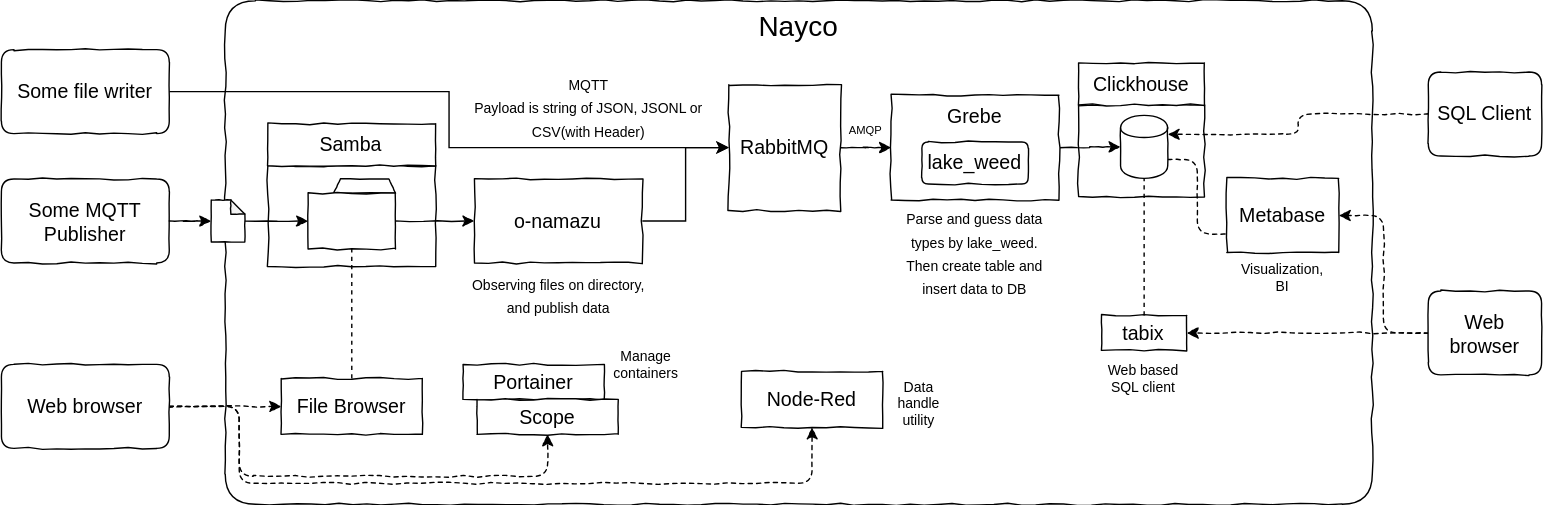
Above: doc/img/overview.drawio.svg in tac0x2a/nayco (draw.io), before the change. Source tidied: cells renumbered, new cells last; positions are measured from the earlier drawing's top-left corner, leaving out a move shared by most shapes.
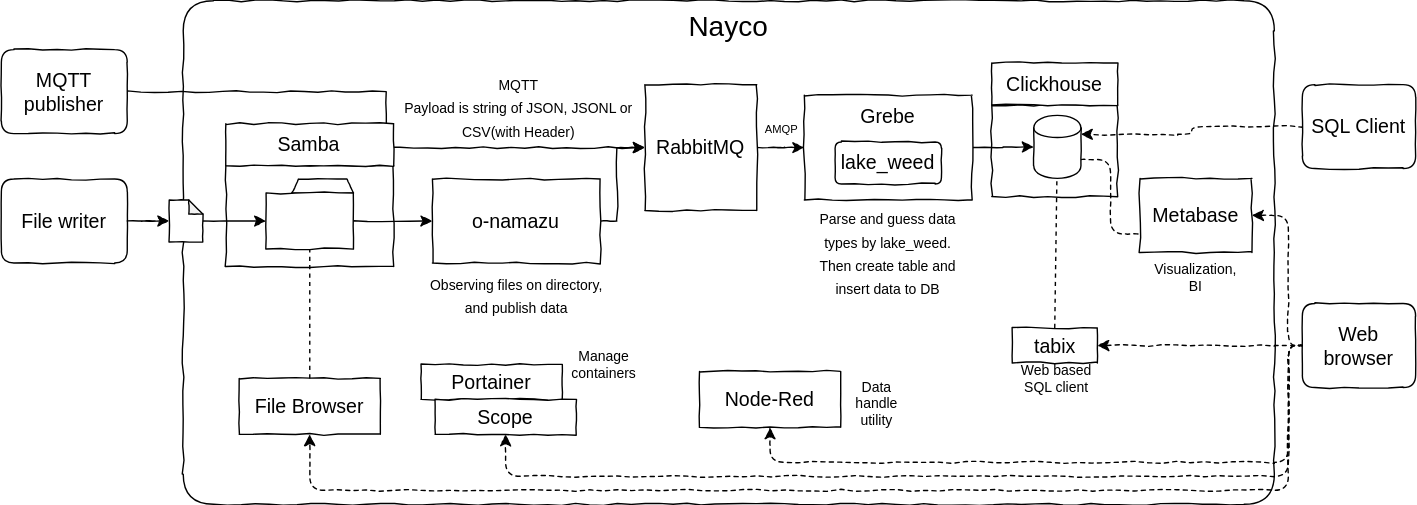
After the change.

The edit, as a diff of the source:
```diff
@@ -3,67 +3,72 @@
     <mxCell id="0" />
     <mxCell id="1" parent="0" />
     <mxCell id="2" value="&lt;font style=&quot;font-size: 20px&quot;&gt;Nayco&lt;/font&gt;" style="rounded=1;whiteSpace=wrap;html=1;shadow=0;glass=0;comic=1;fontSize=14;align=center;verticalAlign=top;arcSize=6;" parent="1" vertex="1">
-      <mxGeometry x="160" width="820" height="360" as="geometry" />
+      <mxGeometry x="120" y="-20" width="780" height="360" as="geometry" />
     </mxCell>
     <mxCell id="3" style="rounded=0;whiteSpace=wrap;html=1;shadow=0;glass=0;comic=1;fontSize=14;" parent="1" vertex="1">
-      <mxGeometry x="770" y="74.5" width="90" height="65.5" as="geometry" />
+      <mxGeometry x="698" y="54.5" width="90" height="65.5" as="geometry" />
     </mxCell>
     <mxCell id="4" value="Clickhouse" style="rounded=0;whiteSpace=wrap;html=1;shadow=0;glass=0;comic=1;fontSize=14;" parent="1" vertex="1">
-      <mxGeometry x="770" y="44.5" width="90" height="30" as="geometry" />
+      <mxGeometry x="698" y="24.5" width="90" height="30" as="geometry" />
     </mxCell>
     <mxCell id="5" style="rounded=0;whiteSpace=wrap;html=1;shadow=0;glass=0;comic=1;fontSize=14;" parent="1" vertex="1">
-      <mxGeometry x="190.5" y="118" width="120" height="72" as="geometry" />
+      <mxGeometry x="150.5" y="98" width="120" height="72" as="geometry" />
     </mxCell>
-    <mxCell id="6" style="edgeStyle=orthogonalEdgeStyle;rounded=0;jettySize=auto;html=1;fontSize=14;" parent="1" edge="1" source="7" target="9">
-      <mxGeometry relative="1" as="geometry" />
+    <mxCell id="6" style="edgeStyle=orthogonalEdgeStyle;rounded=0;jettySize=auto;html=1;fontSize=14;comic=1;entryX=0;entryY=0.5;entryDx=0;entryDy=0;" parent="1" edge="1" source="7" target="9">
+      <mxGeometry relative="1" as="geometry">
+        <Array as="points">
+          <mxPoint x="430" y="138" />
+          <mxPoint x="430" y="85" />
+        </Array>
+      </mxGeometry>
     </mxCell>
     <mxCell id="7" value="o-namazu" style="rounded=0;whiteSpace=wrap;html=1;comic=1;fontSize=14;" parent="1" vertex="1">
-      <mxGeometry x="338.1" y="127.5" width="120" height="60" as="geometry" />
+      <mxGeometry x="298.1" y="107.5" width="120" height="60" as="geometry" />
     </mxCell>
     <mxCell id="8" style="edgeStyle=orthogonalEdgeStyle;rounded=0;jettySize=auto;html=1;entryX=0;entryY=0.5;entryDx=0;entryDy=0;comic=1;fontSize=14;" parent="1" edge="1" source="9" target="19">
       <mxGeometry relative="1" as="geometry" />
     </mxCell>
     <mxCell id="9" value="RabbitMQ" style="rounded=0;whiteSpace=wrap;html=1;glass=0;shadow=0;comic=1;fontSize=14;" parent="1" vertex="1">
-      <mxGeometry x="520" y="60" width="80" height="90" as="geometry" />
+      <mxGeometry x="450" y="40" width="80" height="90" as="geometry" />
     </mxCell>
     <mxCell id="10" value="&lt;font style=&quot;font-size: 10px&quot;&gt;Observing files on directory, and publish data&lt;/font&gt;" style="text;html=1;strokeColor=none;fillColor=none;align=center;verticalAlign=middle;whiteSpace=wrap;rounded=0;comic=1;fontSize=14;" parent="1" vertex="1">
-      <mxGeometry x="334.7" y="190" width="126.9" height="40" as="geometry" />
+      <mxGeometry x="294.7" y="170" width="126.9" height="40" as="geometry" />
     </mxCell>
     <mxCell id="11" value="&lt;font style=&quot;font-size: 10px&quot;&gt;MQTT&lt;br&gt;Payload is string of JSON, JSONL or CSV(with Header)&lt;/font&gt;" style="text;html=1;strokeColor=none;fillColor=none;align=center;verticalAlign=middle;whiteSpace=wrap;rounded=0;fontSize=14;" parent="1" vertex="1">
-      <mxGeometry x="330" y="51" width="180" height="50" as="geometry" />
+      <mxGeometry x="270.5" y="31" width="180" height="50" as="geometry" />
     </mxCell>
     <mxCell id="12" value="AMQP" style="text;html=1;strokeColor=none;fillColor=none;align=center;verticalAlign=middle;whiteSpace=wrap;rounded=0;fontSize=8;" parent="1" vertex="1">
-      <mxGeometry x="600" y="82.5" width="36" height="20" as="geometry" />
+      <mxGeometry x="530" y="62" width="36" height="20" as="geometry" />
     </mxCell>
-    <mxCell id="13" style="edgeStyle=orthogonalEdgeStyle;rounded=0;jettySize=auto;html=1;entryX=0;entryY=0.5;entryDx=0;entryDy=0;exitX=1;exitY=0.5;exitDx=0;exitDy=0;fontSize=14;" parent="1" edge="1" source="16" target="9">
+    <mxCell id="13" style="edgeStyle=orthogonalEdgeStyle;rounded=0;jettySize=auto;html=1;entryX=0;entryY=0.5;entryDx=0;entryDy=0;exitX=1;exitY=0.5;exitDx=0;exitDy=0;fontSize=14;shadow=0;comic=1;" parent="1" edge="1" source="16" target="9">
       <mxGeometry relative="1" as="geometry" />
     </mxCell>
     <mxCell id="14" style="edgeStyle=orthogonalEdgeStyle;rounded=0;jettySize=auto;html=1;exitX=1;exitY=0.5;exitDx=0;exitDy=0;comic=1;fontSize=14;entryX=0;entryY=0.5;entryDx=0;entryDy=0;" parent="1" edge="1" source="29" target="40">
       <mxGeometry relative="1" as="geometry" />
     </mxCell>
     <mxCell id="15" value="&lt;font style=&quot;font-size: 10px&quot;&gt;Parse and guess data types by lake_weed.&lt;br&gt;Then create table and insert data to DB&lt;/font&gt;" style="text;html=1;strokeColor=none;fillColor=none;align=center;verticalAlign=middle;whiteSpace=wrap;rounded=0;fontSize=14;" parent="1" vertex="1">
-      <mxGeometry x="641" y="150" width="110" height="60" as="geometry" />
+      <mxGeometry x="569" y="130" width="110" height="60" as="geometry" />
     </mxCell>
-    <mxCell id="16" value="Some file writer" style="rounded=1;whiteSpace=wrap;html=1;shadow=0;glass=0;comic=1;fontSize=14;" parent="1" vertex="1">
-      <mxGeometry y="35" width="120" height="60" as="geometry" />
+    <mxCell id="16" value="MQTT&lt;br&gt;publisher" style="rounded=1;whiteSpace=wrap;html=1;shadow=0;glass=0;comic=1;fontSize=14;" parent="1" vertex="1">
+      <mxGeometry x="-10" y="15" width="90" height="60" as="geometry" />
     </mxCell>
-    <mxCell id="17" value="Some MQTT&lt;br style=&quot;font-size: 14px;&quot;&gt;Publisher" style="rounded=1;whiteSpace=wrap;html=1;shadow=0;glass=0;comic=1;fontSize=14;" parent="1" vertex="1">
-      <mxGeometry y="127.5" width="120" height="60" as="geometry" />
+    <mxCell id="17" value="File writer" style="rounded=1;whiteSpace=wrap;html=1;shadow=0;glass=0;comic=1;fontSize=14;" parent="1" vertex="1">
+      <mxGeometry x="-10" y="107.5" width="90" height="60" as="geometry" />
     </mxCell>
     <mxCell id="18" style="edgeStyle=orthogonalEdgeStyle;rounded=0;comic=1;jettySize=auto;html=1;entryX=0;entryY=0.5;entryDx=0;entryDy=0;fontSize=14;" parent="1" edge="1" source="19" target="32">
       <mxGeometry relative="1" as="geometry" />
     </mxCell>
     <mxCell id="19" value="Grebe" style="rounded=0;whiteSpace=wrap;html=1;glass=1;comic=1;verticalAlign=top;fontSize=14;" parent="1" vertex="1">
-      <mxGeometry x="636" y="67.5" width="120" height="75" as="geometry" />
+      <mxGeometry x="564" y="47.5" width="120" height="75" as="geometry" />
     </mxCell>
     <mxCell id="20" value="lake_weed" style="rounded=1;whiteSpace=wrap;html=1;comic=1;fontSize=14;" parent="1" vertex="1">
-      <mxGeometry x="658" y="101" width="76" height="30" as="geometry" />
+      <mxGeometry x="586" y="81" width="76" height="30" as="geometry" />
     </mxCell>
     <mxCell id="21" value="File Browser" style="rounded=0;whiteSpace=wrap;html=1;shadow=0;glass=0;comic=1;fontSize=14;" parent="1" vertex="1">
-      <mxGeometry x="200" y="270" width="100.9" height="40" as="geometry" />
+      <mxGeometry x="160" y="250" width="100.9" height="40" as="geometry" />
     </mxCell>
     <mxCell id="22" value="Samba" style="rounded=0;whiteSpace=wrap;html=1;shadow=0;glass=0;comic=1;fontSize=14;" parent="1" vertex="1">
-      <mxGeometry x="190.5" y="88" width="120" height="30" as="geometry" />
+      <mxGeometry x="150.5" y="68" width="120" height="30" as="geometry" />
     </mxCell>
     <mxCell id="23" style="edgeStyle=orthogonalEdgeStyle;rounded=0;comic=1;jettySize=auto;html=1;exitX=1;exitY=0.5;exitDx=0;exitDy=0;" parent="1" edge="1" source="40" target="7">
       <mxGeometry relative="1" as="geometry" />
@@ -71,32 +76,26 @@
     <mxCell id="24" style="endArrow=none;dashed=1;html=1;fontSize=14;exitX=0.5;exitY=0;exitDx=0;exitDy=0;entryX=0.5;entryY=1;entryDx=0;entryDy=0;" parent="1" edge="1" source="21" target="40">
       <mxGeometry relative="1" as="geometry" />
     </mxCell>
-    <mxCell id="25" style="edgeStyle=orthogonalEdgeStyle;rounded=0;comic=1;jettySize=auto;html=1;entryX=0;entryY=0.5;entryDx=0;entryDy=0;fontSize=14;dashed=1;" parent="1" edge="1" source="28" target="21">
-      <mxGeometry relative="1" as="geometry" />
-    </mxCell>
-    <mxCell id="26" style="edgeStyle=orthogonalEdgeStyle;rounded=1;comic=1;jettySize=auto;html=1;entryX=0.5;entryY=1;entryDx=0;entryDy=0;dashed=1;" parent="1" edge="1" source="28" target="34">
+    <mxCell id="26" style="edgeStyle=orthogonalEdgeStyle;rounded=1;comic=1;jettySize=auto;html=1;entryX=0.5;entryY=1;entryDx=0;entryDy=0;dashed=1;exitX=0;exitY=0.5;exitDx=0;exitDy=0;" parent="1" edge="1" source="45" target="34">
       <mxGeometry relative="1" as="geometry">
         <Array as="points">
-          <mxPoint x="170" y="290" />
-          <mxPoint x="170" y="345" />
-          <mxPoint x="580" y="345" />
+          <mxPoint x="910" y="227" />
+          <mxPoint x="910" y="310" />
+          <mxPoint x="540" y="310" />
         </Array>
       </mxGeometry>
     </mxCell>
-    <mxCell id="27" style="edgeStyle=orthogonalEdgeStyle;rounded=1;comic=1;jettySize=auto;html=1;exitX=1;exitY=0.5;exitDx=0;exitDy=0;entryX=0.5;entryY=1;entryDx=0;entryDy=0;dashed=1;" parent="1" edge="1" source="28" target="36">
+    <mxCell id="27" style="edgeStyle=orthogonalEdgeStyle;rounded=1;comic=1;jettySize=auto;html=1;exitX=0;exitY=0.5;exitDx=0;exitDy=0;entryX=0.5;entryY=1;entryDx=0;entryDy=0;dashed=1;" parent="1" edge="1" source="45" target="36">
       <mxGeometry relative="1" as="geometry">
         <Array as="points">
-          <mxPoint x="170" y="290" />
-          <mxPoint x="170" y="340" />
-          <mxPoint x="391" y="340" />
+          <mxPoint x="910" y="227" />
+          <mxPoint x="910" y="320" />
+          <mxPoint x="351" y="320" />
         </Array>
       </mxGeometry>
     </mxCell>
-    <mxCell id="28" value="Web browser" style="rounded=1;whiteSpace=wrap;html=1;shadow=0;glass=0;comic=1;fontSize=14;" parent="1" vertex="1">
-      <mxGeometry y="260" width="120" height="60" as="geometry" />
-    </mxCell>
     <mxCell id="29" style="shape=note;whiteSpace=wrap;html=1;backgroundOutline=1;darkOpacity=0.05;rounded=0;shadow=0;glass=0;comic=1;size=10;fontSize=14;" parent="1" vertex="1">
-      <mxGeometry x="150" y="142.5" width="24" height="30" as="geometry" />
+      <mxGeometry x="110" y="122.5" width="24" height="30" as="geometry" />
     </mxCell>
     <mxCell id="30" style="edgeStyle=orthogonalEdgeStyle;rounded=0;jettySize=auto;html=1;exitX=1;exitY=0.5;exitDx=0;exitDy=0;comic=1;fontSize=14;" parent="1" edge="1" source="17" target="29">
       <mxGeometry relative="1" as="geometry" />
@@ -105,46 +104,56 @@
       <mxGeometry relative="1" as="geometry" />
     </mxCell>
     <mxCell id="32" style="shape=cylinder;whiteSpace=wrap;html=1;boundedLbl=1;backgroundOutline=1;rounded=0;shadow=0;glass=0;comic=1;fontSize=14;" parent="1" vertex="1">
-      <mxGeometry x="800" y="82" width="33.8" height="45" as="geometry" />
+      <mxGeometry x="728" y="62" width="33.8" height="45" as="geometry" />
     </mxCell>
     <mxCell id="33" value="Portainer" style="rounded=0;whiteSpace=wrap;html=1;shadow=0;glass=0;comic=1;fontSize=14;" parent="1" vertex="1">
-      <mxGeometry x="330" y="260" width="100.9" height="25" as="geometry" />
+      <mxGeometry x="290" y="240" width="100.9" height="25" as="geometry" />
     </mxCell>
     <mxCell id="34" value="Node-Red" style="rounded=0;whiteSpace=wrap;html=1;shadow=0;glass=0;comic=1;fontSize=14;" parent="1" vertex="1">
-      <mxGeometry x="529.1" y="265" width="100.9" height="40" as="geometry" />
+      <mxGeometry x="489.1" y="245" width="100.9" height="40" as="geometry" />
     </mxCell>
     <mxCell id="35" value="Metabase" style="rounded=0;whiteSpace=wrap;html=1;shadow=0;glass=0;comic=1;fontSize=14;" parent="1" vertex="1">
-      <mxGeometry x="876" y="127" width="80" height="53" as="geometry" />
+      <mxGeometry x="804" y="107" width="80" height="53" as="geometry" />
     </mxCell>
     <mxCell id="36" value="Scope" style="rounded=0;whiteSpace=wrap;html=1;shadow=0;glass=0;comic=1;fontSize=14;" parent="1" vertex="1">
-      <mxGeometry x="340" y="285" width="100.9" height="25" as="geometry" />
+      <mxGeometry x="300" y="265" width="100.9" height="25" as="geometry" />
     </mxCell>
     <mxCell id="37" value="Manage&lt;br style=&quot;font-size: 10px;&quot;&gt;containers" style="text;html=1;strokeColor=none;fillColor=none;align=center;verticalAlign=middle;whiteSpace=wrap;rounded=0;fontSize=10;" parent="1" vertex="1">
-      <mxGeometry x="440.9" y="250" width="40" height="20" as="geometry" />
+      <mxGeometry x="400.9" y="230" width="40" height="20" as="geometry" />
     </mxCell>
     <mxCell id="38" value="Visualization,&lt;br&gt;BI" style="text;html=1;strokeColor=none;fillColor=none;align=center;verticalAlign=middle;whiteSpace=wrap;rounded=0;fontSize=10;" parent="1" vertex="1">
-      <mxGeometry x="892" y="187.5" width="48" height="20" as="geometry" />
+      <mxGeometry x="820" y="167.5" width="48" height="20" as="geometry" />
     </mxCell>
     <mxCell id="39" style="shape=trapezoid;perimeter=trapezoidPerimeter;whiteSpace=wrap;html=1;fontSize=10;size=0.10588888888888859;comic=1;" parent="1" vertex="1">
-      <mxGeometry x="237.7" y="127.5" width="44" height="10" as="geometry" />
+      <mxGeometry x="197.7" y="107.5" width="44" height="10" as="geometry" />
     </mxCell>
     <mxCell id="40" style="rounded=0;whiteSpace=wrap;html=1;fontSize=10;comic=1;" parent="1" vertex="1">
-      <mxGeometry x="219.2" y="137.5" width="62.5" height="40" as="geometry" />
+      <mxGeometry x="179.2" y="117.5" width="62.5" height="40" as="geometry" />
     </mxCell>
     <mxCell id="41" value="tabix" style="rounded=0;whiteSpace=wrap;html=1;shadow=0;glass=0;comic=1;fontSize=14;" parent="1" vertex="1">
-      <mxGeometry x="786.4" y="225" width="60.9" height="25" as="geometry" />
+      <mxGeometry x="712.5" y="214" width="60.9" height="25" as="geometry" />
     </mxCell>
     <mxCell id="42" value="Web based&lt;br&gt;SQL client&lt;br&gt;" style="text;html=1;strokeColor=none;fillColor=none;align=center;verticalAlign=middle;whiteSpace=wrap;rounded=0;fontSize=10;" parent="1" vertex="1">
-      <mxGeometry x="783.3" y="260" width="67.1" height="20" as="geometry" />
+      <mxGeometry x="711.3" y="240" width="67.1" height="20" as="geometry" />
     </mxCell>
     <mxCell id="43" style="edgeStyle=orthogonalEdgeStyle;jettySize=auto;html=1;fontSize=10;comic=1;dashed=1;rounded=1;entryX=1;entryY=0.5;entryDx=0;entryDy=0;" parent="1" edge="1" source="45" target="41">
-      <mxGeometry relative="1" as="geometry" />
+      <mxGeometry relative="1" as="geometry">
+        <Array as="points">
+          <mxPoint x="910" y="226" />
+          <mxPoint x="774" y="227" />
+        </Array>
+      </mxGeometry>
     </mxCell>
     <mxCell id="44" style="edgeStyle=orthogonalEdgeStyle;rounded=1;comic=1;jettySize=auto;html=1;entryX=1;entryY=0.5;entryDx=0;entryDy=0;dashed=1;fontSize=10;" parent="1" edge="1" source="45" target="35">
-      <mxGeometry relative="1" as="geometry" />
+      <mxGeometry relative="1" as="geometry">
+        <Array as="points">
+          <mxPoint x="910" y="227" />
+          <mxPoint x="910" y="133" />
+        </Array>
+      </mxGeometry>
     </mxCell>
     <mxCell id="45" value="Web&lt;br&gt;browser" style="rounded=1;whiteSpace=wrap;html=1;shadow=0;glass=0;comic=1;fontSize=14;" parent="1" vertex="1">
-      <mxGeometry x="1020" y="207.5" width="81" height="60" as="geometry" />
+      <mxGeometry x="920" y="196.5" width="81" height="60" as="geometry" />
     </mxCell>
     <mxCell id="46" style="endArrow=none;dashed=1;html=1;exitX=0.5;exitY=0;exitDx=0;exitDy=0;" parent="1" edge="1" source="41" target="32">
       <mxGeometry relative="1" as="geometry" />
@@ -153,10 +162,19 @@
       <mxGeometry relative="1" as="geometry" />
     </mxCell>
     <mxCell id="48" value="SQL Client" style="rounded=1;whiteSpace=wrap;html=1;shadow=0;glass=0;comic=1;fontSize=14;" parent="1" vertex="1">
-      <mxGeometry x="1020" y="51" width="81" height="60" as="geometry" />
+      <mxGeometry x="920" y="40" width="81" height="60" as="geometry" />
     </mxCell>
     <mxCell id="49" value="Data handle utility" style="text;html=1;strokeColor=none;fillColor=none;align=center;verticalAlign=middle;whiteSpace=wrap;rounded=0;fontSize=10;" parent="1" vertex="1">
-      <mxGeometry x="636" y="270" width="40" height="35" as="geometry" />
+      <mxGeometry x="596" y="250" width="40" height="35" as="geometry" />
     </mxCell>
+    <mxCell id="50" style="edgeStyle=orthogonalEdgeStyle;rounded=1;comic=1;jettySize=auto;html=1;exitX=0;exitY=0.5;exitDx=0;exitDy=0;dashed=1;entryX=0.5;entryY=1;entryDx=0;entryDy=0;" parent="1" edge="1" source="45" target="21">
+      <mxGeometry relative="1" as="geometry">
+        <Array as="points">
+          <mxPoint x="910" y="227" />
+          <mxPoint x="910" y="330" />
+          <mxPoint x="211" y="330" />
+        </Array>
+      </mxGeometry>
+    </mxCell>
   </root>
 </mxGraphModel>
```
